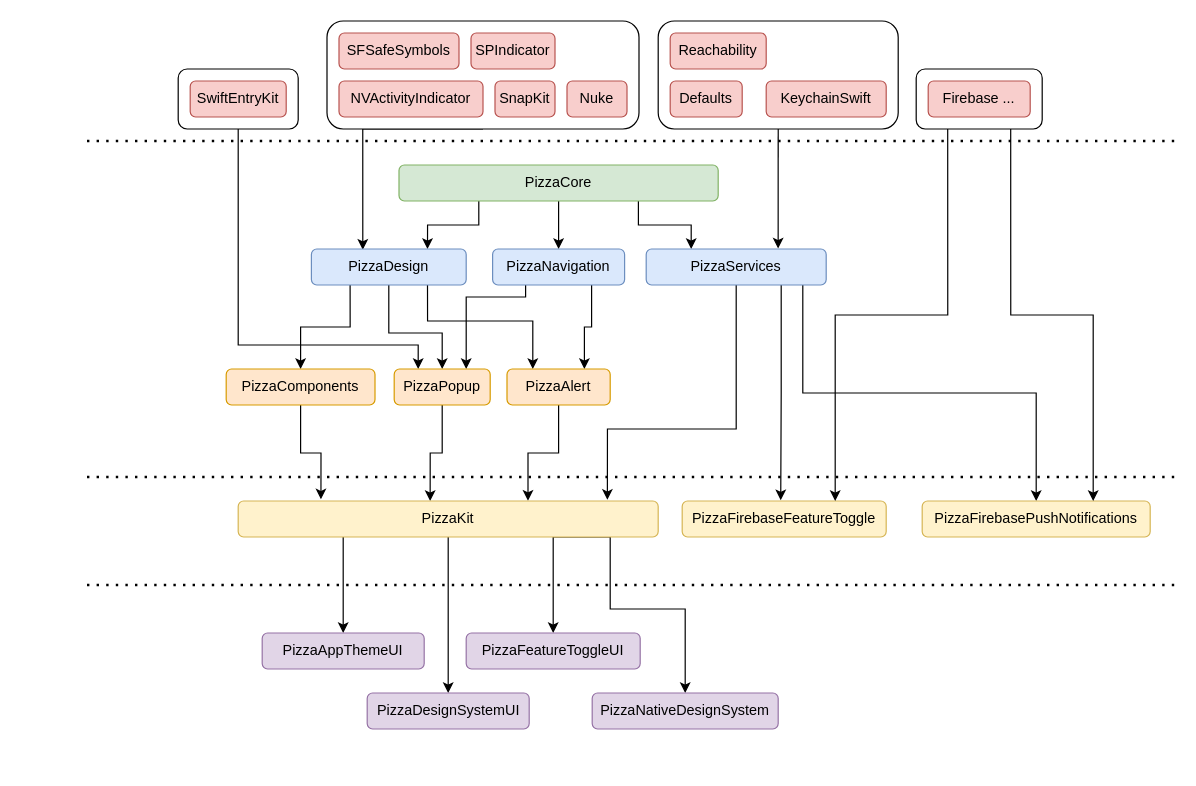
Above: Resources/diagram.drawio in PizzaKit/pizzakit (draw.io), before the change. Source tidied: cells renumbered, new cells numbered last; positions are measured from the earlier drawing's top-left corner, leaving out a move shared by most shapes. Both pictures are drawn from the tidied source at 120%, with x=0, y=0 at pixel (86, 20).
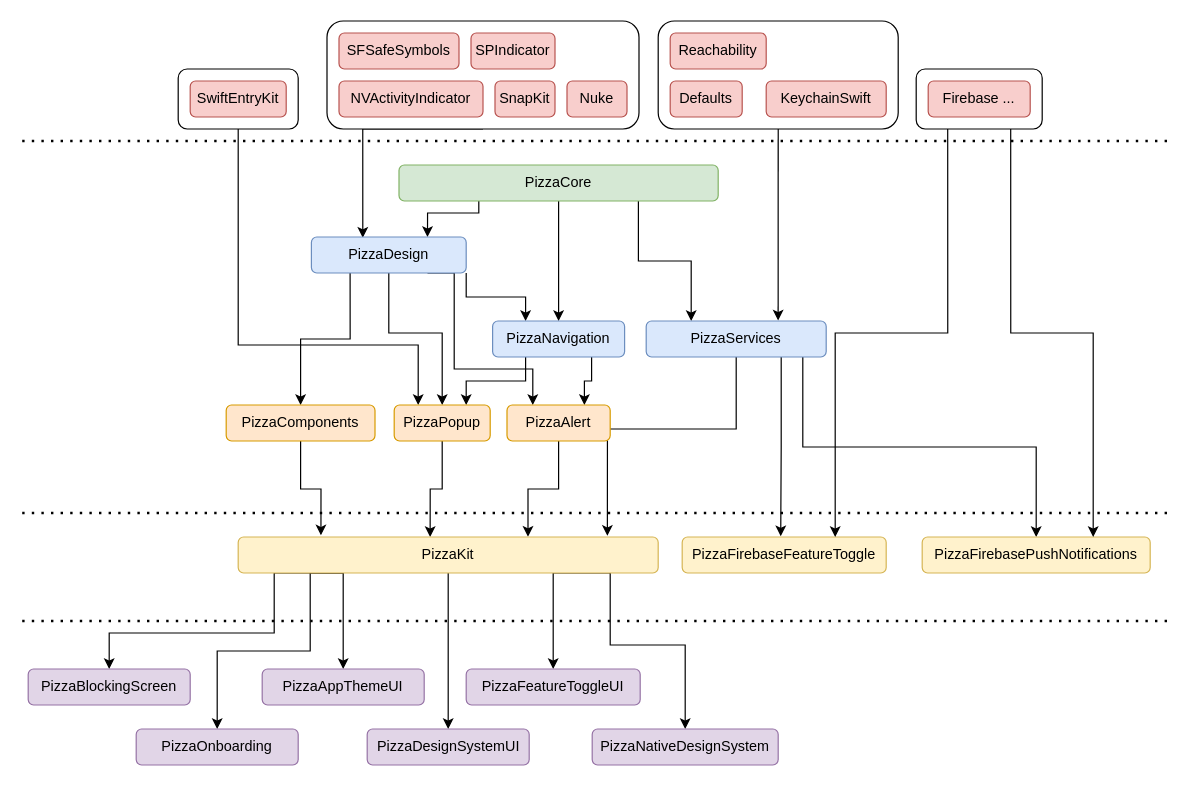
After the change.

The change refers to these unchanged cells:
```xml
<mxCell id="11" value="PizzaCore" style="rounded=1;whiteSpace=wrap;html=1;fillColor=#d5e8d4;strokeColor=#82b366;" parent="1" vertex="1">
  <mxGeometry x="260" y="120" width="266" height="30" as="geometry" />
</mxCell>
```

Change to the diagram source:
```diff
@@
     <mxCell id="8" style="edgeStyle=orthogonalEdgeStyle;rounded=0;jettySize=auto;html=1;exitX=0.25;exitY=1;exitDx=0;exitDy=0;entryX=0.75;entryY=0;entryDx=0;entryDy=0;" parent="1" edge="1" source="11" target="15">
-      <mxGeometry relative="1" as="geometry" />
+      <mxGeometry relative="1" as="geometry">
+        <Array as="points">
+          <mxPoint x="327" y="160" />
+          <mxPoint x="284" y="160" />
+        </Array>
+      </mxGeometry>
     </mxCell>
@@
     <mxCell id="14" style="edgeStyle=orthogonalEdgeStyle;rounded=0;jettySize=auto;html=1;exitX=0.75;exitY=1;exitDx=0;exitDy=0;entryX=0.25;entryY=0;entryDx=0;entryDy=0;" parent="1" edge="1" source="15" target="29">
       <mxGeometry relative="1" as="geometry">
         <Array as="points">
-          <mxPoint x="284" y="250" />
-          <mxPoint x="372" y="250" />
+          <mxPoint x="306" y="210" />
+          <mxPoint x="306" y="290" />
+          <mxPoint x="371" y="290" />
         </Array>
       </mxGeometry>
     </mxCell>
+    <mxCell id="56" style="edgeStyle=orthogonalEdgeStyle;rounded=0;jettySize=auto;html=1;exitX=1;exitY=1;exitDx=0;exitDy=0;entryX=0.25;entryY=0;entryDx=0;entryDy=0;" parent="1" edge="1" source="15" target="21">
+      <mxGeometry relative="1" as="geometry" />
+    </mxCell>
     <mxCell id="15" value="PizzaDesign" style="rounded=1;whiteSpace=wrap;html=1;fillColor=#dae8fc;strokeColor=#6c8ebf;" parent="1" vertex="1">
-      <mxGeometry x="187" y="190" width="129" height="30" as="geometry" />
+      <mxGeometry x="187" y="180" width="129" height="30" as="geometry" />
     </mxCell>
@@
     <mxCell id="20" style="edgeStyle=orthogonalEdgeStyle;rounded=0;jettySize=auto;html=1;exitX=0.25;exitY=1;exitDx=0;exitDy=0;entryX=0.75;entryY=0;entryDx=0;entryDy=0;" parent="1" edge="1" source="21" target="31">
       <mxGeometry relative="1" as="geometry">
         <Array as="points">
-          <mxPoint x="366" y="230" />
-          <mxPoint x="316" y="230" />
+          <mxPoint x="365" y="300" />
+          <mxPoint x="316" y="300" />
         </Array>
       </mxGeometry>
     </mxCell>
     <mxCell id="21" value="PizzaNavigation" style="rounded=1;whiteSpace=wrap;html=1;fillColor=#dae8fc;strokeColor=#6c8ebf;" parent="1" vertex="1">
-      <mxGeometry x="338" y="190" width="110" height="30" as="geometry" />
+      <mxGeometry x="338" y="250" width="110" height="30" as="geometry" />
     </mxCell>
@@
     <mxCell id="25" value="PizzaServices" style="rounded=1;whiteSpace=wrap;html=1;fillColor=#dae8fc;strokeColor=#6c8ebf;" parent="1" vertex="1">
-      <mxGeometry x="466" y="190" width="150" height="30" as="geometry" />
+      <mxGeometry x="466" y="250" width="150" height="30" as="geometry" />
     </mxCell>
@@
     <mxCell id="29" value="PizzaAlert" style="rounded=1;whiteSpace=wrap;html=1;fillColor=#ffe6cc;strokeColor=#d79b00;" parent="1" vertex="1">
-      <mxGeometry x="350" y="290" width="86" height="30" as="geometry" />
+      <mxGeometry x="350" y="320" width="86" height="30" as="geometry" />
     </mxCell>
@@
     <mxCell id="31" value="PizzaPopup" style="rounded=1;whiteSpace=wrap;html=1;fillColor=#ffe6cc;strokeColor=#d79b00;" parent="1" vertex="1">
-      <mxGeometry x="256" y="290" width="80" height="30" as="geometry" />
+      <mxGeometry x="256" y="320" width="80" height="30" as="geometry" />
     </mxCell>
@@
     <mxCell id="36" style="edgeStyle=orthogonalEdgeStyle;rounded=0;jettySize=auto;html=1;exitX=0.75;exitY=1;exitDx=0;exitDy=0;entryX=0.5;entryY=0;entryDx=0;entryDy=0;" parent="1" edge="1" source="37" target="55">
       <mxGeometry relative="1" as="geometry">
         <Array as="points">
-          <mxPoint x="436" y="430" />
-          <mxPoint x="436" y="490" />
-          <mxPoint x="499" y="490" />
+          <mxPoint x="436" y="460" />
+          <mxPoint x="436" y="520" />
+          <mxPoint x="499" y="520" />
         </Array>
       </mxGeometry>
     </mxCell>
+    <mxCell id="57" style="edgeStyle=orthogonalEdgeStyle;rounded=0;jettySize=auto;html=1;exitX=0.25;exitY=1;exitDx=0;exitDy=0;entryX=0.5;entryY=0;entryDx=0;entryDy=0;" parent="1" edge="1" source="37" target="59">
+      <mxGeometry relative="1" as="geometry">
+        <Array as="points">
+          <mxPoint x="186" y="460" />
+          <mxPoint x="186" y="525" />
+          <mxPoint x="109" y="525" />
+        </Array>
+      </mxGeometry>
+    </mxCell>
+    <mxCell id="58" style="edgeStyle=orthogonalEdgeStyle;rounded=0;jettySize=auto;html=1;exitX=0.25;exitY=1;exitDx=0;exitDy=0;entryX=0.5;entryY=0;entryDx=0;entryDy=0;" parent="1" edge="1" source="37" target="60">
+      <mxGeometry relative="1" as="geometry">
+        <Array as="points">
+          <mxPoint x="156" y="460" />
+          <mxPoint x="156" y="510" />
+          <mxPoint x="19" y="510" />
+        </Array>
+      </mxGeometry>
+    </mxCell>
     <mxCell id="37" value="PizzaKit" style="rounded=1;whiteSpace=wrap;html=1;fillColor=#fff2cc;strokeColor=#d6b656;" parent="1" vertex="1">
-      <mxGeometry x="126" y="400" width="350" height="30" as="geometry" />
+      <mxGeometry x="126" y="430" width="350" height="30" as="geometry" />
     </mxCell>
@@
     <mxCell id="39" value="PizzaComponents" style="rounded=1;whiteSpace=wrap;html=1;fillColor=#ffe6cc;strokeColor=#d79b00;" parent="1" vertex="1">
-      <mxGeometry x="116" y="290" width="124" height="30" as="geometry" />
+      <mxGeometry x="116" y="320" width="124" height="30" as="geometry" />
     </mxCell>
     <mxCell id="40" value="PizzaFirebaseFeatureToggle" style="rounded=1;whiteSpace=wrap;html=1;fillColor=#fff2cc;strokeColor=#d6b656;" parent="1" vertex="1">
-      <mxGeometry x="496" y="400" width="170" height="30" as="geometry" />
+      <mxGeometry x="496" y="430" width="170" height="30" as="geometry" />
     </mxCell>
     <mxCell id="41" value="PizzaFeatureToggleUI" style="rounded=1;whiteSpace=wrap;html=1;fillColor=#e1d5e7;strokeColor=#9673a6;" parent="1" vertex="1">
-      <mxGeometry x="316" y="510" width="145" height="30" as="geometry" />
+      <mxGeometry x="316" y="540" width="145" height="30" as="geometry" />
     </mxCell>
@@
     <mxCell id="44" style="endArrow=none;dashed=1;html=1;dashPattern=1 3;strokeWidth=2;rounded=0;" parent="1" edge="1">
       <mxGeometry relative="1" as="geometry">
-        <mxPoint y="100" as="sourcePoint" />
+        <mxPoint x="-54" y="100" as="sourcePoint" />
         <mxPoint x="906" y="100" as="targetPoint" />
       </mxGeometry>
     </mxCell>
     <mxCell id="45" style="endArrow=none;dashed=1;html=1;dashPattern=1 3;strokeWidth=2;rounded=0;" parent="1" edge="1">
       <mxGeometry relative="1" as="geometry">
-        <mxPoint y="380" as="sourcePoint" />
-        <mxPoint x="906" y="380" as="targetPoint" />
+        <mxPoint x="-54" y="410" as="sourcePoint" />
+        <mxPoint x="906" y="410" as="targetPoint" />
       </mxGeometry>
     </mxCell>
     <mxCell id="46" style="endArrow=none;dashed=1;html=1;dashPattern=1 3;strokeWidth=2;rounded=0;" parent="1" edge="1">
       <mxGeometry relative="1" as="geometry">
-        <mxPoint y="470" as="sourcePoint" />
-        <mxPoint x="906" y="470" as="targetPoint" />
+        <mxPoint x="-54" y="500" as="sourcePoint" />
+        <mxPoint x="906" y="500" as="targetPoint" />
       </mxGeometry>
     </mxCell>
     <mxCell id="47" value="PizzaFirebasePushNotifications" style="rounded=1;whiteSpace=wrap;html=1;fillColor=#fff2cc;strokeColor=#d6b656;" parent="1" vertex="1">
-      <mxGeometry x="696" y="400" width="190" height="30" as="geometry" />
+      <mxGeometry x="696" y="430" width="190" height="30" as="geometry" />
     </mxCell>
@@
     <mxCell id="53" value="PizzaAppThemeUI" style="rounded=1;whiteSpace=wrap;html=1;fillColor=#e1d5e7;strokeColor=#9673a6;" parent="1" vertex="1">
-      <mxGeometry x="146" y="510" width="135" height="30" as="geometry" />
+      <mxGeometry x="146" y="540" width="135" height="30" as="geometry" />
     </mxCell>
     <mxCell id="54" value="PizzaDesignSystemUI" style="rounded=1;whiteSpace=wrap;html=1;fillColor=#e1d5e7;strokeColor=#9673a6;" parent="1" vertex="1">
-      <mxGeometry x="233.5" y="560" width="135" height="30" as="geometry" />
+      <mxGeometry x="233.5" y="590" width="135" height="30" as="geometry" />
     </mxCell>
     <mxCell id="55" value="PizzaNativeDesignSystem" style="rounded=1;whiteSpace=wrap;html=1;fillColor=#e1d5e7;strokeColor=#9673a6;" parent="1" vertex="1">
-      <mxGeometry x="421" y="560" width="155" height="30" as="geometry" />
+      <mxGeometry x="421" y="590" width="155" height="30" as="geometry" />
     </mxCell>
+    <mxCell id="59" value="PizzaOnboarding" style="rounded=1;whiteSpace=wrap;html=1;fillColor=#e1d5e7;strokeColor=#9673a6;" parent="1" vertex="1">
+      <mxGeometry x="41" y="590" width="135" height="30" as="geometry" />
+    </mxCell>
+    <mxCell id="60" value="PizzaBlockingScreen" style="rounded=1;whiteSpace=wrap;html=1;fillColor=#e1d5e7;strokeColor=#9673a6;" parent="1" vertex="1">
+      <mxGeometry x="-49" y="540" width="135" height="30" as="geometry" />
+    </mxCell>
```
